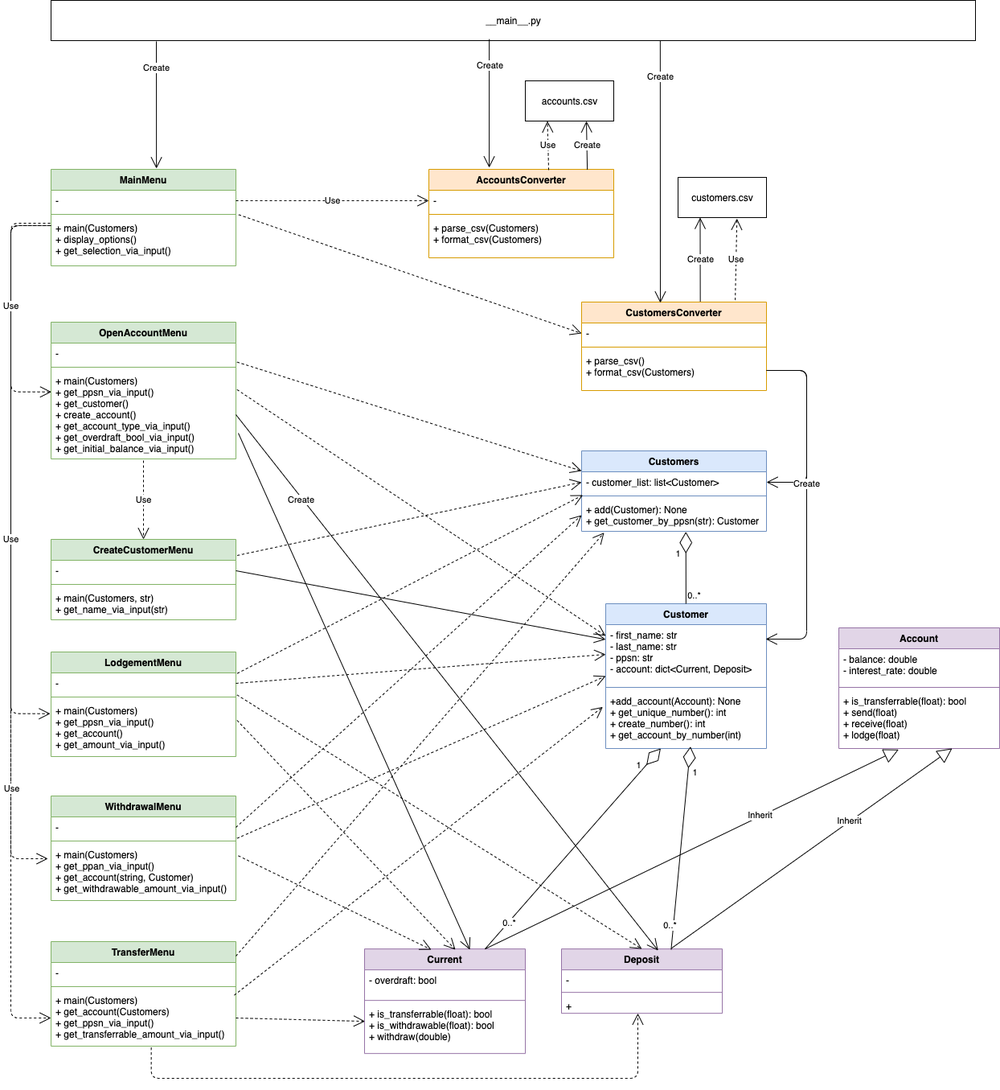
Earlier version of the draw.io export class_diagram.drawio.png (miyazakimaiko/Banking-Account-Management-System). Source tidied: cells renumbered, new cells last; positions are measured from the earlier drawing's top-left corner, leaving out a move shared by most shapes.
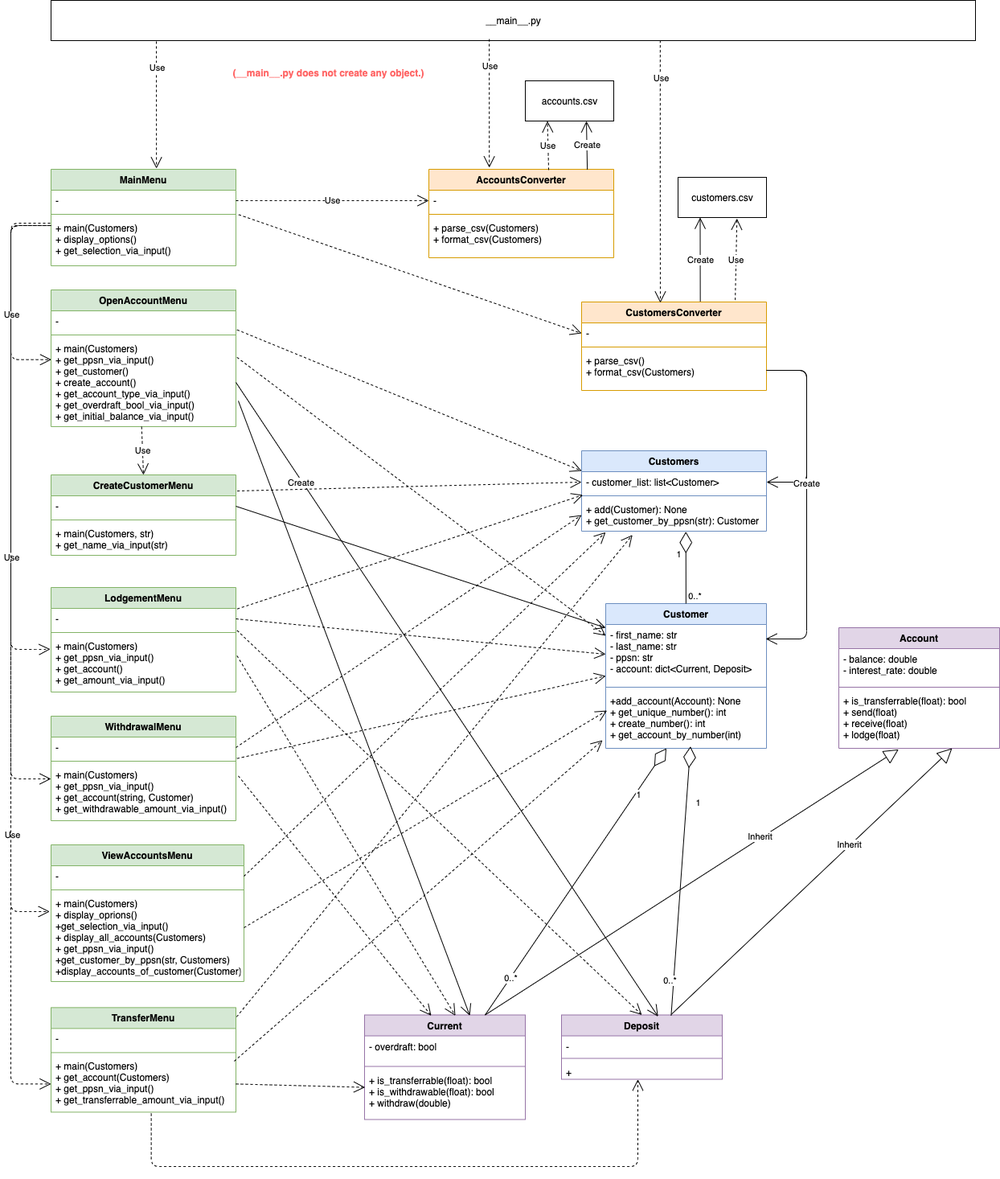
After the change.

Commit message:
Added ViewAccountsMenu class

What changed in the source:
```diff
@@ -93,7 +93,7 @@
     <mxCell id="30" value="__main__.py" style="html=1;" parent="1" vertex="1">
       <mxGeometry x="50" width="1150" height="50" as="geometry" />
     </mxCell>
-    <mxCell id="31" style="endArrow=open;endFill=1;endSize=12;html=1;edgeStyle=orthogonalEdgeStyle;entryX=0.57;entryY=-0.008;entryDx=0;entryDy=0;entryPerimeter=0;" parent="1" edge="1" target="17">
+    <mxCell id="31" style="endArrow=open;endFill=1;endSize=12;html=1;edgeStyle=orthogonalEdgeStyle;entryX=0.57;entryY=-0.008;entryDx=0;entryDy=0;entryPerimeter=0;dashed=1;" parent="1" edge="1" target="17">
       <mxGeometry relative="1" as="geometry">
         <mxPoint x="181" y="51" as="sourcePoint" />
         <Array as="points">
@@ -101,13 +101,13 @@
         </Array>
       </mxGeometry>
     </mxCell>
-    <mxCell id="32" value="Create" style="edgeLabel;html=1;align=center;verticalAlign=middle;" parent="31" vertex="1">
+    <mxCell id="32" value="Use" style="edgeLabel;html=1;align=center;verticalAlign=middle;" parent="31" vertex="1">
       <mxGeometry x="-0.85" relative="1" as="geometry">
         <mxPoint y="21" as="offset" />
       </mxGeometry>
     </mxCell>
     <mxCell id="33" value="LodgementMenu" style="swimlane;fontStyle=1;align=center;verticalAlign=top;horizontal=1;startSize=26;fillColor=#d5e8d4;strokeColor=#82b366;" parent="1" vertex="1">
-      <mxGeometry x="50" y="810" width="230" height="130" as="geometry" />
+      <mxGeometry x="50" y="730" width="230" height="130" as="geometry" />
     </mxCell>
     <mxCell id="34" value="-" style="text;strokeColor=none;fillColor=none;align=left;verticalAlign=top;spacingLeft=4;spacingRight=4;overflow=hidden;points=[[0,0.5],[1,0.5]];portConstraint=eastwest;" parent="33" vertex="1">
       <mxGeometry y="26" width="230" height="26" as="geometry" />
@@ -119,7 +119,7 @@
       <mxGeometry y="60" width="230" height="70" as="geometry" />
     </mxCell>
     <mxCell id="37" value="WithdrawalMenu" style="swimlane;fontStyle=1;align=center;verticalAlign=top;horizontal=1;startSize=26;fillColor=#d5e8d4;strokeColor=#82b366;" parent="1" vertex="1">
-      <mxGeometry x="50" y="989" width="230" height="130" as="geometry" />
+      <mxGeometry x="50" y="890" width="230" height="130" as="geometry" />
     </mxCell>
     <mxCell id="38" value="-" style="text;strokeColor=none;fillColor=none;align=left;verticalAlign=top;spacingLeft=4;spacingRight=4;overflow=hidden;points=[[0,0.5],[1,0.5]];portConstraint=eastwest;" parent="37" vertex="1">
       <mxGeometry y="26" width="230" height="26" as="geometry" />
@@ -127,11 +127,11 @@
     <mxCell id="39" style="line;strokeWidth=1;fillColor=#d5e8d4;align=left;verticalAlign=middle;spacingTop=-1;spacingLeft=3;spacingRight=3;labelPosition=right;strokeColor=#82b366;" parent="37" vertex="1">
       <mxGeometry y="52" width="230" height="8" as="geometry" />
     </mxCell>
-    <mxCell id="40" value="+ main(Customers)&#10;+ get_ppan_via_input()&#10;+ get_account(string, Customer)&#10;+ get_withdrawable_amount_via_input()" style="text;strokeColor=none;fillColor=none;align=left;verticalAlign=top;spacingLeft=4;spacingRight=4;overflow=hidden;points=[[0,0.5],[1,0.5]];portConstraint=eastwest;" parent="37" vertex="1">
+    <mxCell id="40" value="+ main(Customers)&#10;+ get_ppsn_via_input()&#10;+ get_account(string, Customer)&#10;+ get_withdrawable_amount_via_input()" style="text;strokeColor=none;fillColor=none;align=left;verticalAlign=top;spacingLeft=4;spacingRight=4;overflow=hidden;points=[[0,0.5],[1,0.5]];portConstraint=eastwest;" parent="37" vertex="1">
       <mxGeometry y="60" width="230" height="70" as="geometry" />
     </mxCell>
     <mxCell id="41" value="TransferMenu" style="swimlane;fontStyle=1;align=center;verticalAlign=top;horizontal=1;startSize=26;fillColor=#d5e8d4;strokeColor=#82b366;" parent="1" vertex="1">
-      <mxGeometry x="50" y="1170" width="230" height="130" as="geometry" />
+      <mxGeometry x="50" y="1252.4" width="230" height="130" as="geometry" />
     </mxCell>
     <mxCell id="42" value="-" style="text;strokeColor=none;fillColor=none;align=left;verticalAlign=top;spacingLeft=4;spacingRight=4;overflow=hidden;" parent="41" vertex="1">
       <mxGeometry y="26" width="230" height="26" as="geometry" />
@@ -143,7 +143,7 @@
       <mxGeometry y="60" width="230" height="70" as="geometry" />
     </mxCell>
     <mxCell id="45" value="Deposit" style="swimlane;fontStyle=1;align=center;verticalAlign=top;horizontal=1;startSize=26;fillColor=#e1d5e7;strokeColor=#9673a6;" parent="1" vertex="1">
-      <mxGeometry x="685" y="1179.2" width="200" height="80" as="geometry" />
+      <mxGeometry x="685" y="1261.5" width="200" height="80" as="geometry" />
     </mxCell>
     <mxCell id="46" value="- " style="text;strokeColor=none;fillColor=none;align=left;verticalAlign=top;spacingLeft=4;spacingRight=4;overflow=hidden;" parent="45" vertex="1">
       <mxGeometry y="26" width="200" height="24" as="geometry" />
@@ -155,7 +155,7 @@
       <mxGeometry y="58" width="200" height="22" as="geometry" />
     </mxCell>
     <mxCell id="49" value="Current" style="swimlane;fontStyle=1;align=center;verticalAlign=top;horizontal=1;startSize=26;fillColor=#e1d5e7;strokeColor=#9673a6;" parent="1" vertex="1">
-      <mxGeometry x="440" y="1179.2" width="200" height="130" as="geometry" />
+      <mxGeometry x="440" y="1261.5" width="200" height="130" as="geometry" />
     </mxCell>
     <mxCell id="50" value="- overdraft: bool" style="text;strokeColor=none;fillColor=none;align=left;verticalAlign=top;spacingLeft=4;spacingRight=4;overflow=hidden;" parent="49" vertex="1">
       <mxGeometry y="26" width="200" height="34" as="geometry" />
@@ -167,7 +167,7 @@
       <mxGeometry y="68" width="200" height="62" as="geometry" />
     </mxCell>
     <mxCell id="53" value="OpenAccountMenu" style="swimlane;fontStyle=1;align=center;verticalAlign=top;horizontal=1;startSize=26;fillColor=#d5e8d4;strokeColor=#82b366;" parent="1" vertex="1">
-      <mxGeometry x="50" y="400" width="230" height="170" as="geometry" />
+      <mxGeometry x="50" y="360" width="230" height="170" as="geometry" />
     </mxCell>
     <mxCell id="54" value="-" style="text;strokeColor=none;fillColor=none;align=left;verticalAlign=top;spacingLeft=4;spacingRight=4;overflow=hidden;points=[[0,0.5],[1,0.5]];portConstraint=eastwest;" parent="53" vertex="1">
       <mxGeometry y="26" width="230" height="26" as="geometry" />
@@ -215,7 +215,7 @@
         <mxPoint x="-8" y="14" as="offset" />
       </mxGeometry>
     </mxCell>
-    <mxCell id="66" style="endArrow=open;endFill=1;endSize=12;html=1;edgeStyle=orthogonalEdgeStyle;exitX=0.474;exitY=0.963;exitDx=0;exitDy=0;exitPerimeter=0;" parent="1" edge="1" source="30">
+    <mxCell id="66" style="endArrow=open;endFill=1;endSize=12;html=1;edgeStyle=orthogonalEdgeStyle;exitX=0.474;exitY=0.963;exitDx=0;exitDy=0;exitPerimeter=0;dashed=1;" parent="1" edge="1" source="30">
       <mxGeometry relative="1" as="geometry">
         <mxPoint x="595" y="208" as="targetPoint" />
         <Array as="points">
@@ -223,7 +223,7 @@
         </Array>
       </mxGeometry>
     </mxCell>
-    <mxCell id="67" value="Create" style="edgeLabel;html=1;align=center;verticalAlign=middle;" parent="66" vertex="1">
+    <mxCell id="67" value="Use" style="edgeLabel;html=1;align=center;verticalAlign=middle;" parent="66" vertex="1">
       <mxGeometry x="-0.85" relative="1" as="geometry">
         <mxPoint y="21" as="offset" />
       </mxGeometry>
@@ -246,7 +246,7 @@
       <mxGeometry relative="1" as="geometry">
         <Array as="points">
           <mxPoint y="280" />
-          <mxPoint y="487" />
+          <mxPoint y="447" />
         </Array>
       </mxGeometry>
     </mxCell>
@@ -255,15 +255,16 @@
         <mxPoint x="49" y="277" as="sourcePoint" />
         <Array as="points">
           <mxPoint y="277" />
-          <mxPoint y="887" />
+          <mxPoint y="807" />
+          <mxPoint x="40" y="807" />
         </Array>
       </mxGeometry>
     </mxCell>
-    <mxCell id="74" style="endArrow=open;endSize=12;dashed=1;html=1;edgeStyle=orthogonalEdgeStyle;entryX=-0.017;entryY=0.257;entryDx=0;entryDy=0;entryPerimeter=0;exitX=-0.009;exitY=0.167;exitDx=0;exitDy=0;exitPerimeter=0;" parent="1" edge="1" source="20" target="40">
+    <mxCell id="74" style="endArrow=open;endSize=12;dashed=1;html=1;edgeStyle=orthogonalEdgeStyle;entryX=0;entryY=0.257;entryDx=0;entryDy=0;entryPerimeter=0;exitX=-0.009;exitY=0.167;exitDx=0;exitDy=0;exitPerimeter=0;" parent="1" edge="1" source="20" target="40">
       <mxGeometry relative="1" as="geometry">
         <Array as="points">
           <mxPoint y="280" />
-          <mxPoint y="1067" />
+          <mxPoint y="968" />
         </Array>
       </mxGeometry>
     </mxCell>
@@ -272,7 +273,7 @@
         <mxPoint x="50" y="280" as="sourcePoint" />
         <Array as="points">
           <mxPoint y="280" />
-          <mxPoint y="1265" />
+          <mxPoint y="1347" />
         </Array>
       </mxGeometry>
     </mxCell>
@@ -304,7 +305,7 @@
       </mxGeometry>
     </mxCell>
     <mxCell id="83" value="CreateCustomerMenu" style="swimlane;fontStyle=1;align=center;verticalAlign=top;horizontal=1;startSize=26;fillColor=#d5e8d4;strokeColor=#82b366;" parent="1" vertex="1">
-      <mxGeometry x="50" y="670" width="230" height="100" as="geometry" />
+      <mxGeometry x="50" y="590" width="230" height="100" as="geometry" />
     </mxCell>
     <mxCell id="84" value="-" style="text;strokeColor=none;fillColor=none;align=left;verticalAlign=top;spacingLeft=4;spacingRight=4;overflow=hidden;points=[[0,0.5],[1,0.5]];portConstraint=eastwest;" parent="83" vertex="1">
       <mxGeometry y="26" width="230" height="26" as="geometry" />
@@ -315,10 +316,8 @@
     <mxCell id="86" value="+ main(Customers, str)&#10;+ get_name_via_input(str)" style="text;strokeColor=none;fillColor=none;align=left;verticalAlign=top;spacingLeft=4;spacingRight=4;overflow=hidden;" parent="83" vertex="1">
       <mxGeometry y="60" width="230" height="40" as="geometry" />
     </mxCell>
-    <mxCell id="87" value="Use" style="endArrow=open;endSize=12;dashed=1;html=1;entryX=0.5;entryY=0;entryDx=0;entryDy=0;" parent="1" edge="1" target="83">
-      <mxGeometry relative="1" as="geometry">
-        <mxPoint x="165" y="572" as="sourcePoint" />
-      </mxGeometry>
+    <mxCell id="87" value="Use" style="endArrow=open;endSize=12;dashed=1;html=1;entryX=0.5;entryY=0;entryDx=0;entryDy=0;exitX=0.49;exitY=1.001;exitDx=0;exitDy=0;exitPerimeter=0;" parent="1" edge="1" source="56" target="83">
+      <mxGeometry relative="1" as="geometry" />
     </mxCell>
     <mxCell id="88" value="Create" style="endArrow=open;endSize=12;html=1;entryX=0.601;entryY=0.025;entryDx=0;entryDy=0;exitX=1;exitY=0.5;exitDx=0;exitDy=0;entryPerimeter=0;" parent="1" edge="1" source="56" target="45">
       <mxGeometry x="-0.69" y="-2" relative="1" as="geometry" />
@@ -387,14 +386,14 @@
         <mxPoint x="1" as="offset" />
       </mxGeometry>
     </mxCell>
-    <mxCell id="101" style="endArrow=open;endSize=12;dashed=1;html=1;entryX=0.122;entryY=1.042;entryDx=0;entryDy=0;entryPerimeter=0;" parent="1" edge="1" target="5">
+    <mxCell id="101" style="endArrow=open;endSize=12;dashed=1;html=1;exitX=1.004;exitY=0.088;exitDx=0;exitDy=0;exitPerimeter=0;entryX=0.275;entryY=1.117;entryDx=0;entryDy=0;entryPerimeter=0;" parent="1" edge="1" source="41" target="5">
       <mxGeometry x="-0.4" relative="1" as="geometry">
-        <mxPoint x="280" y="1188" as="sourcePoint" />
         <mxPoint x="1" as="offset" />
       </mxGeometry>
     </mxCell>
-    <mxCell id="102" style="endArrow=open;endSize=12;dashed=1;html=1;entryX=-0.018;entryY=0.282;entryDx=0;entryDy=0;exitX=0.991;exitY=0.095;exitDx=0;exitDy=0;exitPerimeter=0;entryPerimeter=0;" parent="1" edge="1" source="44" target="9">
+    <mxCell id="102" style="endArrow=open;endSize=12;dashed=1;html=1;exitX=0.991;exitY=0.095;exitDx=0;exitDy=0;exitPerimeter=0;" parent="1" edge="1" source="44">
       <mxGeometry x="-0.4" relative="1" as="geometry">
+        <mxPoint x="736" y="920" as="targetPoint" />
         <mxPoint x="1" as="offset" />
       </mxGeometry>
     </mxCell>
@@ -406,19 +405,52 @@
     <mxCell id="104" style="endArrow=open;endSize=12;dashed=1;html=1;exitX=0.542;exitY=1.024;exitDx=0;exitDy=0;exitPerimeter=0;edgeStyle=orthogonalEdgeStyle;" parent="1" edge="1" source="44" target="48">
       <mxGeometry x="-0.4" relative="1" as="geometry">
         <Array as="points">
-          <mxPoint x="175" y="1340" />
-          <mxPoint x="780" y="1340" />
+          <mxPoint x="175" y="1450" />
+          <mxPoint x="780" y="1450" />
         </Array>
         <mxPoint x="1" as="offset" />
       </mxGeometry>
     </mxCell>
-    <mxCell id="105" style="endArrow=open;endFill=1;endSize=12;html=1;edgeStyle=orthogonalEdgeStyle;exitX=0.659;exitY=0.994;exitDx=0;exitDy=0;exitPerimeter=0;entryX=0.426;entryY=0.009;entryDx=0;entryDy=0;entryPerimeter=0;" parent="1" edge="1" source="30" target="21">
+    <mxCell id="105" style="endArrow=open;endFill=1;endSize=12;html=1;edgeStyle=orthogonalEdgeStyle;exitX=0.659;exitY=0.994;exitDx=0;exitDy=0;exitPerimeter=0;entryX=0.426;entryY=0.009;entryDx=0;entryDy=0;entryPerimeter=0;dashed=1;" parent="1" edge="1" source="30" target="21">
       <mxGeometry relative="1" as="geometry" />
     </mxCell>
-    <mxCell id="106" value="Create" style="edgeLabel;html=1;align=center;verticalAlign=middle;" parent="105" vertex="1">
+    <mxCell id="106" value="Use" style="edgeLabel;html=1;align=center;verticalAlign=middle;" parent="105" vertex="1">
       <mxGeometry x="-0.85" relative="1" as="geometry">
         <mxPoint y="21" as="offset" />
       </mxGeometry>
     </mxCell>
+    <mxCell id="107" value="&lt;font color=&quot;#ff6666&quot;&gt;&lt;b&gt;(__main__.py does not create any object.)&lt;/b&gt;&lt;/font&gt;" style="text;html=1;align=center;verticalAlign=middle;strokeColor=none;" parent="1" vertex="1">
+      <mxGeometry x="270" y="80" width="250" height="20" as="geometry" />
+    </mxCell>
+    <mxCell id="108" value="ViewAccountsMenu" style="swimlane;fontStyle=1;align=center;verticalAlign=top;horizontal=1;startSize=26;fillColor=#d5e8d4;strokeColor=#82b366;" parent="1" vertex="1">
+      <mxGeometry x="50" y="1050" width="240" height="170" as="geometry" />
+    </mxCell>
+    <mxCell id="109" value="-" style="text;strokeColor=none;fillColor=none;align=left;verticalAlign=top;spacingLeft=4;spacingRight=4;overflow=hidden;points=[[0,0.5],[1,0.5]];portConstraint=eastwest;" parent="108" vertex="1">
+      <mxGeometry y="26" width="240" height="26" as="geometry" />
+    </mxCell>
+    <mxCell id="110" style="line;strokeWidth=1;fillColor=#d5e8d4;align=left;verticalAlign=middle;spacingTop=-1;spacingLeft=3;spacingRight=3;labelPosition=right;strokeColor=#82b366;" parent="108" vertex="1">
+      <mxGeometry y="52" width="240" height="8" as="geometry" />
+    </mxCell>
+    <mxCell id="111" value="+ main(Customers)&#10;+ display_oprions()&#10;+get_selection_via_input()&#10;+ display_all_accounts(Customers)&#10;+ get_ppsn_via_input()&#10;+get_customer_by_ppsn(str, Customers)&#10;+display_accounts_of_customer(Customer)" style="text;strokeColor=none;fillColor=none;align=left;verticalAlign=top;spacingLeft=4;spacingRight=4;overflow=hidden;points=[[0,0.5],[1,0.5]];portConstraint=eastwest;" parent="108" vertex="1">
+      <mxGeometry y="60" width="240" height="110" as="geometry" />
+    </mxCell>
+    <mxCell id="112" style="endArrow=open;endSize=12;dashed=1;html=1;exitX=1;exitY=0.5;exitDx=0;exitDy=0;entryX=0.13;entryY=1.033;entryDx=0;entryDy=0;entryPerimeter=0;" parent="1" edge="1" source="109" target="5">
+      <mxGeometry x="-0.4" relative="1" as="geometry">
+        <mxPoint x="1" as="offset" />
+      </mxGeometry>
+    </mxCell>
+    <mxCell id="113" style="endArrow=open;endSize=12;dashed=1;html=1;exitX=1;exitY=0.391;exitDx=0;exitDy=0;exitPerimeter=0;entryX=0.008;entryY=0.347;entryDx=0;entryDy=0;entryPerimeter=0;" parent="1" edge="1" source="111" target="9">
+      <mxGeometry x="-0.4" relative="1" as="geometry">
+        <mxPoint x="1" as="offset" />
+      </mxGeometry>
+    </mxCell>
+    <mxCell id="114" style="endArrow=open;endSize=12;dashed=1;html=1;edgeStyle=orthogonalEdgeStyle;entryX=-0.007;entryY=0.209;entryDx=0;entryDy=0;exitX=0;exitY=0.167;exitDx=0;exitDy=0;exitPerimeter=0;entryPerimeter=0;" parent="1" edge="1" source="20" target="111">
+      <mxGeometry relative="1" as="geometry">
+        <Array as="points">
+          <mxPoint y="280" />
+          <mxPoint y="1133" />
+        </Array>
+      </mxGeometry>
+    </mxCell>
   </root>
 </mxGraphModel>
```
